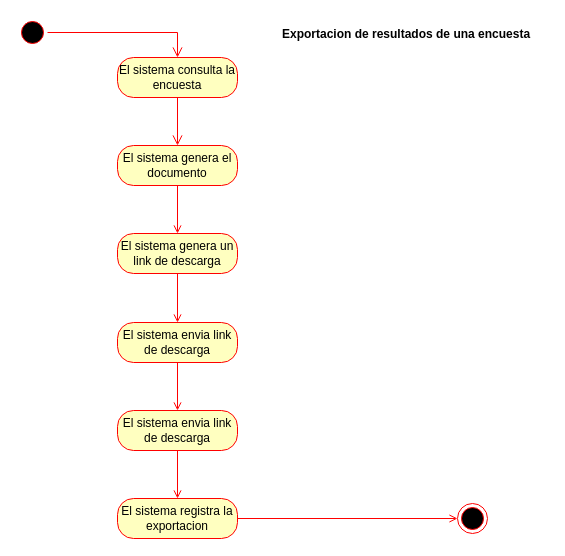
Earlier version of the draw.io diagram page "DA5" (7 of 15) of analisis-de-sistemas/TPI Analisis de Sistemas.drawio (repocdlf/actividades-up). Source tidied: cells renumbered, new cells numbered last; positions are measured from the earlier drawing's top-left corner, leaving out a move shared by most shapes. Both pictures are drawn from the tidied source at 100%, with x=0, y=0 at pixel (17, 17).
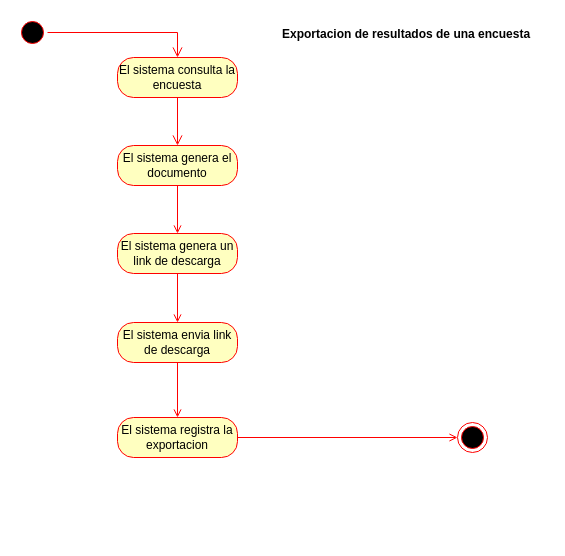
The same page after the edit.

The edit, as a diff of the source:
```diff
@@
 <mxGraphModel>
   <root>
     <mxCell id="0" />
     <mxCell id="1" parent="0" />
     <mxCell id="2" value="El sistema consulta la encuesta" style="rounded=1;whiteSpace=wrap;html=1;arcSize=40;fontColor=#000000;fillColor=#ffffc0;strokeColor=#ff0000;" parent="1" vertex="1">
       <mxGeometry x="100" y="40" width="120" height="40" as="geometry" />
     </mxCell>
     <mxCell id="3" style="edgeStyle=orthogonalEdgeStyle;html=1;verticalAlign=bottom;endArrow=open;endSize=8;strokeColor=#ff0000;rounded=0;" parent="1" edge="1" source="2" target="5">
       <mxGeometry relative="1" as="geometry" />
     </mxCell>
     <mxCell id="4" style="edgeStyle=orthogonalEdgeStyle;rounded=0;jettySize=auto;html=1;strokeColor=#FF0000;endArrow=open;endFill=0;" parent="1" edge="1" source="5" target="7">
       <mxGeometry relative="1" as="geometry" />
     </mxCell>
     <mxCell id="5" value="El sistema genera el documento" style="rounded=1;whiteSpace=wrap;html=1;arcSize=40;fontColor=#000000;fillColor=#ffffc0;strokeColor=#ff0000;" parent="1" vertex="1">
       <mxGeometry x="100" y="128" width="120" height="40" as="geometry" />
     </mxCell>
     <mxCell id="6" style="edgeStyle=orthogonalEdgeStyle;rounded=0;jettySize=auto;html=1;strokeColor=#FF0000;endArrow=open;endFill=0;" parent="1" edge="1" source="7" target="9">
       <mxGeometry relative="1" as="geometry" />
     </mxCell>
     <mxCell id="7" value="El sistema genera un link de descarga" style="rounded=1;whiteSpace=wrap;html=1;arcSize=40;fontColor=#000000;fillColor=#ffffc0;strokeColor=#ff0000;" parent="1" vertex="1">
       <mxGeometry x="100" y="216" width="120" height="40" as="geometry" />
     </mxCell>
-    <mxCell id="8" style="edgeStyle=orthogonalEdgeStyle;rounded=0;jettySize=auto;html=1;strokeColor=#FF0000;endArrow=open;endFill=0;" parent="1" edge="1" source="9" target="11">
+    <mxCell id="8" style="edgeStyle=orthogonalEdgeStyle;rounded=0;jettySize=auto;html=1;strokeColor=#FF0000;endArrow=open;endFill=0;entryX=0.5;entryY=0;entryDx=0;entryDy=0;" parent="1" edge="1" source="9" target="13">
       <mxGeometry relative="1" as="geometry" />
     </mxCell>
     <mxCell id="9" value="El sistema envia link de descarga" style="rounded=1;whiteSpace=wrap;html=1;arcSize=40;fontColor=#000000;fillColor=#ffffc0;strokeColor=#ff0000;" parent="1" vertex="1">
       <mxGeometry x="100" y="305" width="120" height="40" as="geometry" />
     </mxCell>
-    <mxCell id="10" style="edgeStyle=orthogonalEdgeStyle;rounded=0;jettySize=auto;html=1;strokeColor=#FF0000;endArrow=open;endFill=0;" parent="1" edge="1" source="11" target="13">
-      <mxGeometry relative="1" as="geometry" />
-    </mxCell>
-    <mxCell id="11" value="El sistema envia link de descarga" style="rounded=1;whiteSpace=wrap;html=1;arcSize=40;fontColor=#000000;fillColor=#ffffc0;strokeColor=#ff0000;" parent="1" vertex="1">
-      <mxGeometry x="100" y="393" width="120" height="40" as="geometry" />
-    </mxCell>
     <mxCell id="12" style="edgeStyle=orthogonalEdgeStyle;rounded=0;jettySize=auto;html=1;entryX=0;entryY=0.5;entryDx=0;entryDy=0;strokeColor=#FF0000;endArrow=open;endFill=0;" parent="1" edge="1" source="13" target="14">
       <mxGeometry relative="1" as="geometry" />
     </mxCell>
     <mxCell id="13" value="El sistema registra la exportacion" style="rounded=1;whiteSpace=wrap;html=1;arcSize=40;fontColor=#000000;fillColor=#ffffc0;strokeColor=#ff0000;" parent="1" vertex="1">
-      <mxGeometry x="100" y="481" width="120" height="40" as="geometry" />
+      <mxGeometry x="100" y="400" width="120" height="40" as="geometry" />
     </mxCell>
     <mxCell id="14" style="ellipse;html=1;shape=endState;fillColor=#000000;strokeColor=#ff0000;" parent="1" vertex="1">
-      <mxGeometry x="440" y="486" width="30" height="30" as="geometry" />
+      <mxGeometry x="440" y="405" width="30" height="30" as="geometry" />
     </mxCell>
     <mxCell id="15" style="ellipse;html=1;shape=startState;fillColor=#000000;strokeColor=#ff0000;" parent="1" vertex="1">
       <mxGeometry width="30" height="30" as="geometry" />
     </mxCell>
     <mxCell id="16" style="edgeStyle=orthogonalEdgeStyle;html=1;verticalAlign=bottom;endArrow=open;endSize=8;strokeColor=#ff0000;rounded=0;" parent="1" edge="1" source="15" target="2">
       <mxGeometry relative="1" as="geometry" />
     </mxCell>
     <mxCell id="17" value="Exportacion de resultados de una encuesta" style="text;align=left;fontStyle=1;verticalAlign=middle;spacingLeft=3;spacingRight=3;strokeColor=none;html=1;" parent="1" vertex="1">
       <mxGeometry x="260" y="4" width="270" height="26" as="geometry" />
     </mxCell>
   </root>
 </mxGraphModel>
```
